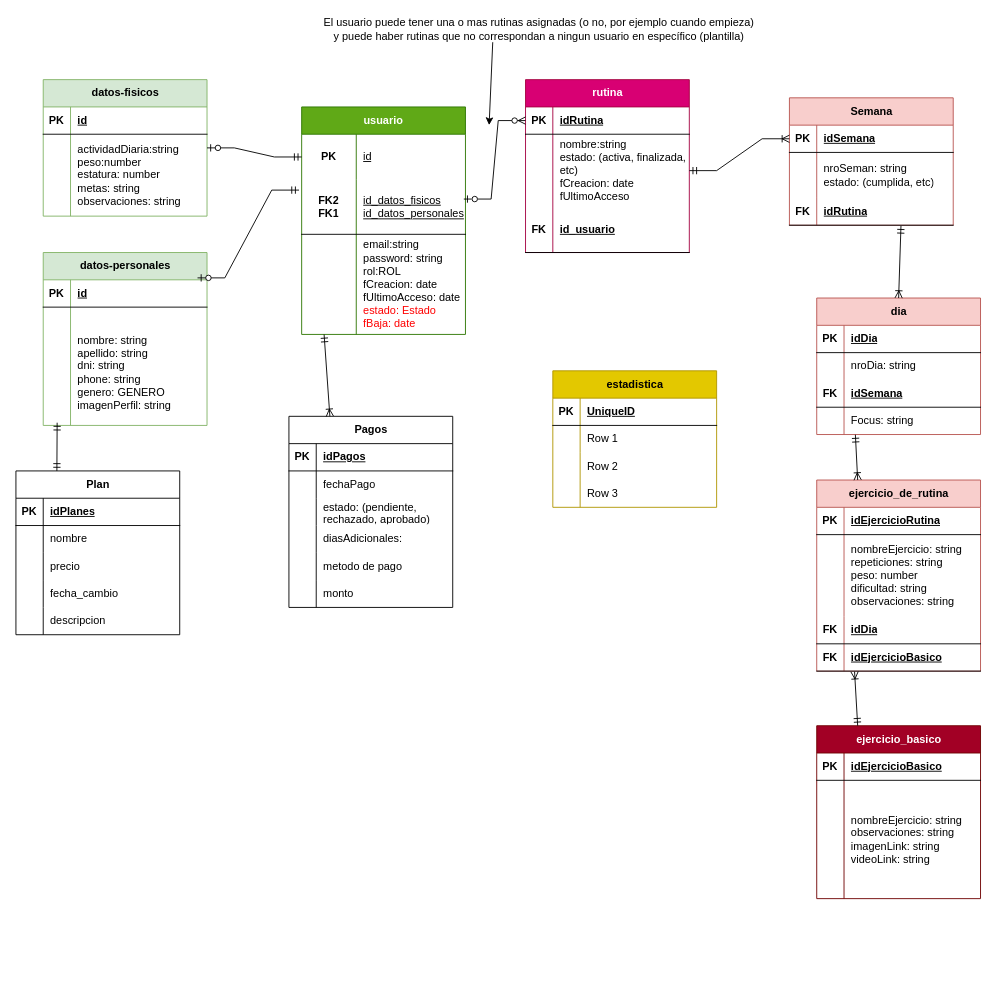
The draw.io diagram DER_FTX.drawio in ruedaariel/FTX_back, before the edit. Source tidied: cells renumbered, new cells numbered last; positions are measured from the earlier drawing's top-left corner, leaving out a move shared by most shapes. Both pictures are drawn from the tidied source at 91%, with x=0, y=0 at pixel (15, 15).
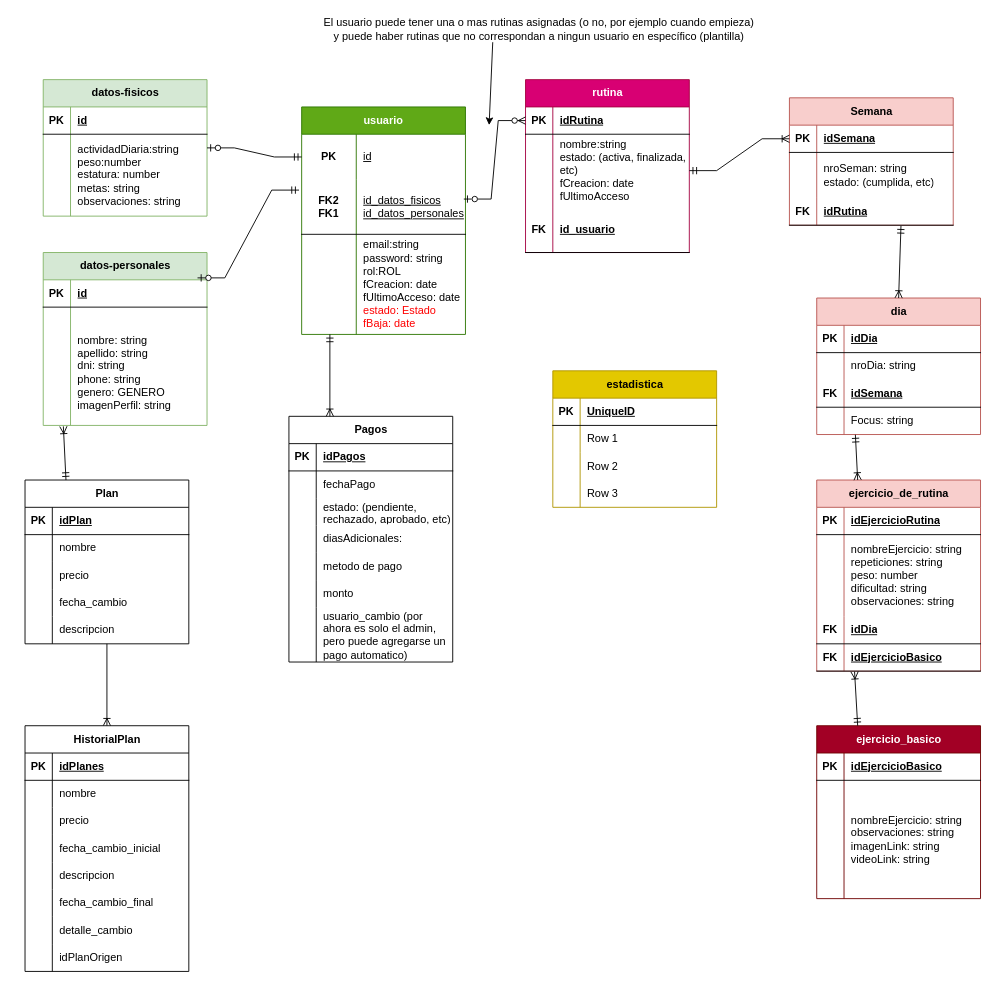
Above is the later version.

Unchanged cells that the change refers to:
```xml
<mxCell id="12" style="shape=tableRow;horizontal=0;startSize=0;swimlaneHead=0;swimlaneBody=0;fillColor=none;points=[[0,0.5],[1,0.5]];portConstraint=eastwest;top=0;left=0;right=0;bottom=0;html=1;" parent="5" vertex="1">
  <mxGeometry y="140" width="180" height="110" as="geometry" />
</mxCell>
<mxCell id="19" style="shape=tableRow;horizontal=0;startSize=0;swimlaneHead=0;swimlaneBody=0;fillColor=none;points=[[0,0.5],[1,0.5]];portConstraint=eastwest;top=0;left=0;right=0;bottom=0;" parent="15" vertex="1">
  <mxGeometry y="60" width="180" height="130" as="geometry" />
</mxCell>
<mxCell id="102" style="shape=tableRow;horizontal=0;startSize=0;swimlaneHead=0;swimlaneBody=0;fillColor=none;top=0;left=0;right=0;bottom=0;" parent="95" vertex="1">
  <mxGeometry y="90" width="180" height="30" as="geometry" />
</mxCell>
<mxCell id="115" style="shape=tableRow;horizontal=0;startSize=0;swimlaneHead=0;swimlaneBody=0;fillColor=none;top=0;left=0;right=0;bottom=1;" parent="114" vertex="1">
  <mxGeometry y="30" width="180" height="30" as="geometry" />
</mxCell>
```

Diff of the diagram source:
```diff
@@
     <mxCell id="95" value="Pagos" style="shape=table;startSize=30;childLayout=tableLayout;rowLines=0;fontStyle=1;align=center;html=1;" parent="1" vertex="1">
-      <mxGeometry x="300" y="440" width="180" height="210" as="geometry" />
+      <mxGeometry x="300" y="440" width="180" height="270" as="geometry" />
     </mxCell>
@@
-    <mxCell id="104" value="estado: (pendiente, rechazado, aprobado)" style="shape=partialRectangle;fillColor=none;top=0;left=0;bottom=0;right=0;align=left;spacingLeft=6;overflow=hidden;whiteSpace=wrap;html=1;" parent="102" vertex="1">
+    <mxCell id="104" value="estado: (pendiente, rechazado, aprobado, etc)" style="shape=partialRectangle;fillColor=none;top=0;left=0;bottom=0;right=0;align=left;spacingLeft=6;overflow=hidden;whiteSpace=wrap;html=1;" parent="102" vertex="1">
       <mxGeometry x="30" width="150" height="30" as="geometry" />
     </mxCell>
@@
+    <mxCell id="141" style="shape=tableRow;horizontal=0;startSize=0;swimlaneHead=0;swimlaneBody=0;fillColor=none;top=0;left=0;right=0;bottom=0;" parent="95" vertex="1">
+      <mxGeometry y="210" width="180" height="60" as="geometry" />
+    </mxCell>
+    <mxCell id="142" style="shape=partialRectangle;fillColor=none;top=0;left=0;bottom=0;right=0;overflow=hidden;whiteSpace=wrap;html=1;" parent="141" vertex="1">
+      <mxGeometry width="30" height="60" as="geometry" />
+    </mxCell>
+    <mxCell id="143" value="usuario_cambio (por ahora es solo el admin, pero puede agregarse un pago automatico)" style="shape=partialRectangle;fillColor=none;top=0;left=0;bottom=0;right=0;align=left;spacingLeft=6;overflow=hidden;whiteSpace=wrap;html=1;" parent="141" vertex="1">
+      <mxGeometry x="30" width="150" height="60" as="geometry" />
+    </mxCell>
+    <mxCell id="144" style="edgeStyle=none;html=1;entryX=0.5;entryY=0;entryDx=0;entryDy=0;endArrow=ERoneToMany;endFill=0;" parent="1" edge="1" source="114" target="145">
+      <mxGeometry relative="1" as="geometry" />
+    </mxCell>
     <mxCell id="114" value="Plan" style="shape=table;startSize=30;childLayout=tableLayout;rowLines=0;fontStyle=1;align=center;html=1;" parent="1" vertex="1">
-      <mxGeometry y="500" width="180" height="180" as="geometry" />
+      <mxGeometry x="10" y="510" width="180" height="180" as="geometry" />
     </mxCell>
@@
-    <mxCell id="117" value="idPlanes" style="shape=partialRectangle;fillColor=none;top=0;left=0;bottom=0;right=0;align=left;spacingLeft=6;fontStyle=5;overflow=hidden;whiteSpace=wrap;html=1;" parent="115" vertex="1">
+    <mxCell id="117" value="idPlan" style="shape=partialRectangle;fillColor=none;top=0;left=0;bottom=0;right=0;align=left;spacingLeft=6;fontStyle=5;overflow=hidden;whiteSpace=wrap;html=1;" parent="115" vertex="1">
       <mxGeometry x="30" width="150" height="30" as="geometry" />
     </mxCell>
@@
-    <mxCell id="132" style="fontSize=12;html=1;endArrow=ERoneToMany;startArrow=ERmandOne;rounded=0;entryX=0.25;entryY=0;entryDx=0;entryDy=0;exitX=0.137;exitY=1.001;exitDx=0;exitDy=0;exitPerimeter=0;" parent="1" edge="1" source="12" target="95">
-      <mxGeometry relative="1" as="geometry" />
+    <mxCell id="132" style="fontSize=12;html=1;endArrow=ERoneToMany;startArrow=ERmandOne;rounded=0;entryX=0.25;entryY=0;entryDx=0;entryDy=0;" parent="1" edge="1" target="95">
+      <mxGeometry relative="1" as="geometry">
+        <mxPoint x="345" y="350" as="sourcePoint" />
+      </mxGeometry>
     </mxCell>
@@
-    <mxCell id="140" style="edgeStyle=none;html=1;entryX=0.25;entryY=0;entryDx=0;entryDy=0;exitX=0.085;exitY=0.977;exitDx=0;exitDy=0;exitPerimeter=0;endArrow=ERmandOne;endFill=0;startArrow=ERmandOne;startFill=0;" parent="1" edge="1" source="19" target="114">
+    <mxCell id="140" style="edgeStyle=none;html=1;endArrow=ERoneToMany;endFill=0;startArrow=ERmandOne;startFill=0;exitX=0.25;exitY=0;exitDx=0;exitDy=0;entryX=0.123;entryY=1.008;entryDx=0;entryDy=0;entryPerimeter=0;" parent="1" edge="1" source="114" target="19">
       <mxGeometry relative="1" as="geometry" />
     </mxCell>
+    <mxCell id="145" value="HistorialPlan" style="shape=table;startSize=30;childLayout=tableLayout;rowLines=0;fontStyle=1;align=center;html=1;" parent="1" vertex="1">
+      <mxGeometry x="10" y="780" width="180" height="270" as="geometry" />
+    </mxCell>
+    <mxCell id="146" style="shape=tableRow;horizontal=0;startSize=0;swimlaneHead=0;swimlaneBody=0;fillColor=none;top=0;left=0;right=0;bottom=1;" parent="145" vertex="1">
+      <mxGeometry y="30" width="180" height="30" as="geometry" />
+    </mxCell>
+    <mxCell id="147" value="PK" style="shape=partialRectangle;fillColor=none;top=0;left=0;bottom=0;right=0;fontStyle=1;overflow=hidden;whiteSpace=wrap;html=1;" parent="146" vertex="1">
+      <mxGeometry width="30" height="30" as="geometry" />
+    </mxCell>
+    <mxCell id="148" value="idPlanes" style="shape=partialRectangle;fillColor=none;top=0;left=0;bottom=0;right=0;align=left;spacingLeft=6;fontStyle=5;overflow=hidden;whiteSpace=wrap;html=1;" parent="146" vertex="1">
+      <mxGeometry x="30" width="150" height="30" as="geometry" />
+    </mxCell>
+    <mxCell id="149" style="shape=tableRow;horizontal=0;startSize=0;swimlaneHead=0;swimlaneBody=0;fillColor=none;top=0;left=0;right=0;bottom=0;" parent="145" vertex="1">
+      <mxGeometry y="60" width="180" height="30" as="geometry" />
+    </mxCell>
+    <mxCell id="150" style="shape=partialRectangle;fillColor=none;top=0;left=0;bottom=0;right=0;overflow=hidden;whiteSpace=wrap;html=1;" parent="149" vertex="1">
+      <mxGeometry width="30" height="30" as="geometry" />
+    </mxCell>
+    <mxCell id="151" value="nombre" style="shape=partialRectangle;fillColor=none;top=0;left=0;bottom=0;right=0;align=left;spacingLeft=6;overflow=hidden;whiteSpace=wrap;html=1;" parent="149" vertex="1">
+      <mxGeometry x="30" width="150" height="30" as="geometry" />
+    </mxCell>
+    <mxCell id="152" style="shape=tableRow;horizontal=0;startSize=0;swimlaneHead=0;swimlaneBody=0;fillColor=none;top=0;left=0;right=0;bottom=0;" parent="145" vertex="1">
+      <mxGeometry y="90" width="180" height="30" as="geometry" />
+    </mxCell>
+    <mxCell id="153" style="shape=partialRectangle;fillColor=none;top=0;left=0;bottom=0;right=0;overflow=hidden;whiteSpace=wrap;html=1;" parent="152" vertex="1">
+      <mxGeometry width="30" height="30" as="geometry" />
+    </mxCell>
+    <mxCell id="154" value="precio" style="shape=partialRectangle;fillColor=none;top=0;left=0;bottom=0;right=0;align=left;spacingLeft=6;overflow=hidden;whiteSpace=wrap;html=1;" parent="152" vertex="1">
+      <mxGeometry x="30" width="150" height="30" as="geometry" />
+    </mxCell>
+    <mxCell id="155" style="shape=tableRow;horizontal=0;startSize=0;swimlaneHead=0;swimlaneBody=0;fillColor=none;top=0;left=0;right=0;bottom=0;" parent="145" vertex="1">
+      <mxGeometry y="120" width="180" height="30" as="geometry" />
+    </mxCell>
+    <mxCell id="156" style="shape=partialRectangle;fillColor=none;top=0;left=0;bottom=0;right=0;overflow=hidden;whiteSpace=wrap;html=1;" parent="155" vertex="1">
+      <mxGeometry width="30" height="30" as="geometry" />
+    </mxCell>
+    <mxCell id="157" value="fecha_cambio_inicial" style="shape=partialRectangle;fillColor=none;top=0;left=0;bottom=0;right=0;align=left;spacingLeft=6;overflow=hidden;whiteSpace=wrap;html=1;" parent="155" vertex="1">
+      <mxGeometry x="30" width="150" height="30" as="geometry" />
+    </mxCell>
+    <mxCell id="158" style="shape=tableRow;horizontal=0;startSize=0;swimlaneHead=0;swimlaneBody=0;fillColor=none;top=0;left=0;right=0;bottom=0;" parent="145" vertex="1">
+      <mxGeometry y="150" width="180" height="30" as="geometry" />
+    </mxCell>
+    <mxCell id="159" style="shape=partialRectangle;fillColor=none;top=0;left=0;bottom=0;right=0;overflow=hidden;whiteSpace=wrap;html=1;" parent="158" vertex="1">
+      <mxGeometry width="30" height="30" as="geometry" />
+    </mxCell>
+    <mxCell id="160" value="descripcion" style="shape=partialRectangle;fillColor=none;top=0;left=0;bottom=0;right=0;align=left;spacingLeft=6;overflow=hidden;whiteSpace=wrap;html=1;" parent="158" vertex="1">
+      <mxGeometry x="30" width="150" height="30" as="geometry" />
+    </mxCell>
+    <mxCell id="161" style="shape=tableRow;horizontal=0;startSize=0;swimlaneHead=0;swimlaneBody=0;fillColor=none;top=0;left=0;right=0;bottom=0;" parent="145" vertex="1">
+      <mxGeometry y="180" width="180" height="30" as="geometry" />
+    </mxCell>
+    <mxCell id="162" style="shape=partialRectangle;fillColor=none;top=0;left=0;bottom=0;right=0;overflow=hidden;whiteSpace=wrap;html=1;" parent="161" vertex="1">
+      <mxGeometry width="30" height="30" as="geometry" />
+    </mxCell>
+    <mxCell id="163" value="fecha_cambio_final" style="shape=partialRectangle;fillColor=none;top=0;left=0;bottom=0;right=0;align=left;spacingLeft=6;overflow=hidden;whiteSpace=wrap;html=1;" parent="161" vertex="1">
+      <mxGeometry x="30" width="150" height="30" as="geometry" />
+    </mxCell>
+    <mxCell id="164" style="shape=tableRow;horizontal=0;startSize=0;swimlaneHead=0;swimlaneBody=0;fillColor=none;top=0;left=0;right=0;bottom=0;" parent="145" vertex="1">
+      <mxGeometry y="210" width="180" height="30" as="geometry" />
+    </mxCell>
+    <mxCell id="165" style="shape=partialRectangle;fillColor=none;top=0;left=0;bottom=0;right=0;overflow=hidden;whiteSpace=wrap;html=1;" parent="164" vertex="1">
+      <mxGeometry width="30" height="30" as="geometry" />
+    </mxCell>
+    <mxCell id="166" value="detalle_cambio" style="shape=partialRectangle;fillColor=none;top=0;left=0;bottom=0;right=0;align=left;spacingLeft=6;overflow=hidden;whiteSpace=wrap;html=1;" parent="164" vertex="1">
+      <mxGeometry x="30" width="150" height="30" as="geometry" />
+    </mxCell>
+    <mxCell id="167" style="shape=tableRow;horizontal=0;startSize=0;swimlaneHead=0;swimlaneBody=0;fillColor=none;top=0;left=0;right=0;bottom=0;" parent="145" vertex="1">
+      <mxGeometry y="240" width="180" height="30" as="geometry" />
+    </mxCell>
+    <mxCell id="168" style="shape=partialRectangle;fillColor=none;top=0;left=0;bottom=0;right=0;overflow=hidden;whiteSpace=wrap;html=1;" parent="167" vertex="1">
+      <mxGeometry width="30" height="30" as="geometry" />
+    </mxCell>
+    <mxCell id="169" value="idPlanOrigen" style="shape=partialRectangle;fillColor=none;top=0;left=0;bottom=0;right=0;align=left;spacingLeft=6;overflow=hidden;whiteSpace=wrap;html=1;" parent="167" vertex="1">
+      <mxGeometry x="30" width="150" height="30" as="geometry" />
+    </mxCell>
```
